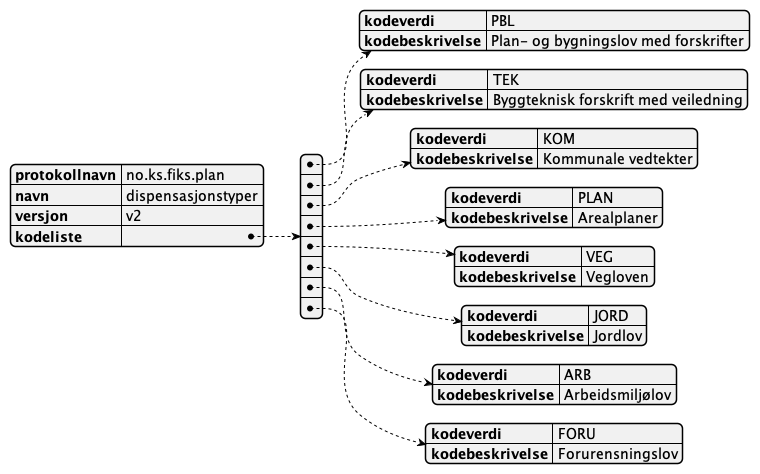
ks-no/fiks-plan-specification keeps this PlantUML diagram as Schema/V2/kodelister/no.ks.fiks.plan.v2.kodelister.dispensasjonstyper/no.ks.fiks.plan.v2.kodelister.dispensasjonstyper.png. Above is the earlier version. Its diagram source:
```plantuml
@startjson
{
  "protokollnavn": "no.ks.fiks.plan",
  "navn": "dispensasjonstyper",
  "versjon": "v2",
  "kodeliste": [
    {
      "kodeverdi" : "PBL",
      "kodebeskrivelse" : "Plan- og bygningslov med forskrifter"
    },
    {
      "kodeverdi" : "TEK",
      "kodebeskrivelse" : "Byggteknisk forskrift med veiledning"
    },
    {
      "kodeverdi" : "KOM",
      "kodebeskrivelse" : "Kommunale vedtekter"
    },
    {
      "kodeverdi" : "PLAN",
      "kodebeskrivelse" : "Arealplaner"
    },
    {
      "kodeverdi" : "VEG",
      "kodebeskrivelse" : "Vegloven"
    },
    {
      "kodeverdi" : "JORD",
      "kodebeskrivelse" : "Jordlov"
    },
    {
      "kodeverdi" : "ARB",
      "kodebeskrivelse" : "Arbeidsmiljølov"
    },
    {
      "kodeverdi" : "FORU",
      "kodebeskrivelse" : "Forurensningslov"
    }
  ]
}
@endjson
```
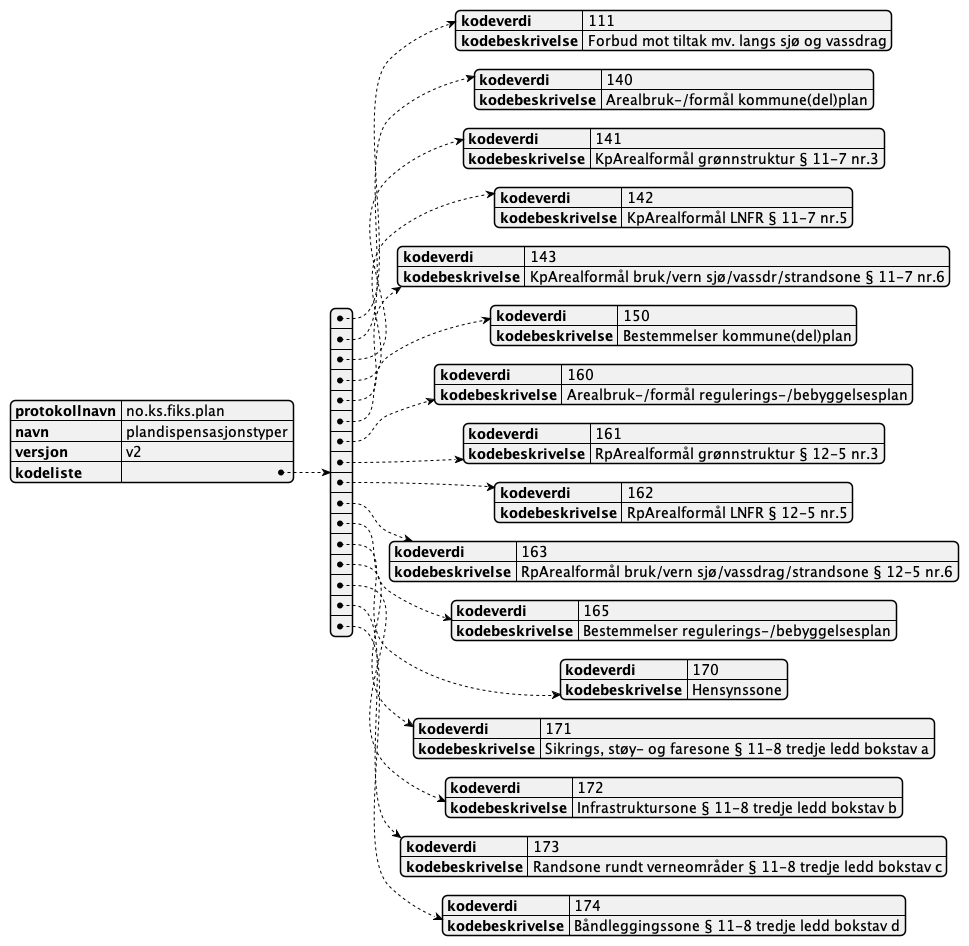
The same file after the commit.

Change to the diagram source:
```diff
@@ -1,40 +1,72 @@
 @startjson
 {
   "protokollnavn": "no.ks.fiks.plan",
-  "navn": "dispensasjonstyper",
+  "navn": "plandispensasjonstyper",
   "versjon": "v2",
   "kodeliste": [
     {
-      "kodeverdi" : "PBL",
-      "kodebeskrivelse" : "Plan- og bygningslov med forskrifter"
+      "kodeverdi" : "111",
+      "kodebeskrivelse" : "Forbud mot tiltak mv. langs sjø og vassdrag"
     },
     {
-      "kodeverdi" : "TEK",
-      "kodebeskrivelse" : "Byggteknisk forskrift med veiledning"
+      "kodeverdi" : "140",
+      "kodebeskrivelse" : "Arealbruk-/formål kommune(del)plan"
     },
     {
-      "kodeverdi" : "KOM",
-      "kodebeskrivelse" : "Kommunale vedtekter"
+      "kodeverdi" : "141",
+      "kodebeskrivelse" : "KpArealformål grønnstruktur § 11-7 nr.3"
     },
     {
-      "kodeverdi" : "PLAN",
-      "kodebeskrivelse" : "Arealplaner"
+      "kodeverdi" : "142",
+      "kodebeskrivelse" : "KpArealformål LNFR § 11-7 nr.5"
     },
     {
-      "kodeverdi" : "VEG",
-      "kodebeskrivelse" : "Vegloven"
+      "kodeverdi" : "143",
+      "kodebeskrivelse" : "KpArealformål bruk/vern sjø/vassdr/strandsone § 11-7 nr.6"
     },
     {
-      "kodeverdi" : "JORD",
-      "kodebeskrivelse" : "Jordlov"
+      "kodeverdi" : "150",
+      "kodebeskrivelse" : "Bestemmelser kommune(del)plan"
     },
     {
-      "kodeverdi" : "ARB",
-      "kodebeskrivelse" : "Arbeidsmiljølov"
+      "kodeverdi" : "160",
+      "kodebeskrivelse" : "Arealbruk-/formål regulerings-/bebyggelsesplan"
     },
     {
-      "kodeverdi" : "FORU",
-      "kodebeskrivelse" : "Forurensningslov"
+      "kodeverdi" : "161",
+      "kodebeskrivelse" : "RpArealformål grønnstruktur § 12-5 nr.3"
+    },
+    {
+      "kodeverdi" : "162",
+      "kodebeskrivelse" : "RpArealformål LNFR § 12-5 nr.5"
+    },
+    {
+      "kodeverdi" : "163",
+      "kodebeskrivelse" : "RpArealformål bruk/vern sjø/vassdrag/strandsone § 12-5 nr.6"
+    },
+    {
+      "kodeverdi" : "165",
+      "kodebeskrivelse" : "Bestemmelser regulerings-/bebyggelsesplan"
+    },
+    {
+      "kodeverdi" : "170",
+      "kodebeskrivelse" : "Hensynssone"
+    },
+    {
+      "kodeverdi" : "171",
+      "kodebeskrivelse" : "Sikrings, støy- og faresone § 11-8 tredje ledd bokstav a"
+    },
+    {
+      "kodeverdi" : "172",
+      "kodebeskrivelse" : "Infrastruktursone § 11-8 tredje ledd bokstav b"
+    },
+    {
+      "kodeverdi" : "173",
+      "kodebeskrivelse" : "Randsone rundt verneområder § 11-8 tredje ledd bokstav c"
+    },
+    {
+      "kodeverdi" : "174",
+      "kodebeskrivelse" : "Båndleggingssone § 11-8 tredje ledd bokstav d"
     }
   ]
 }
```
